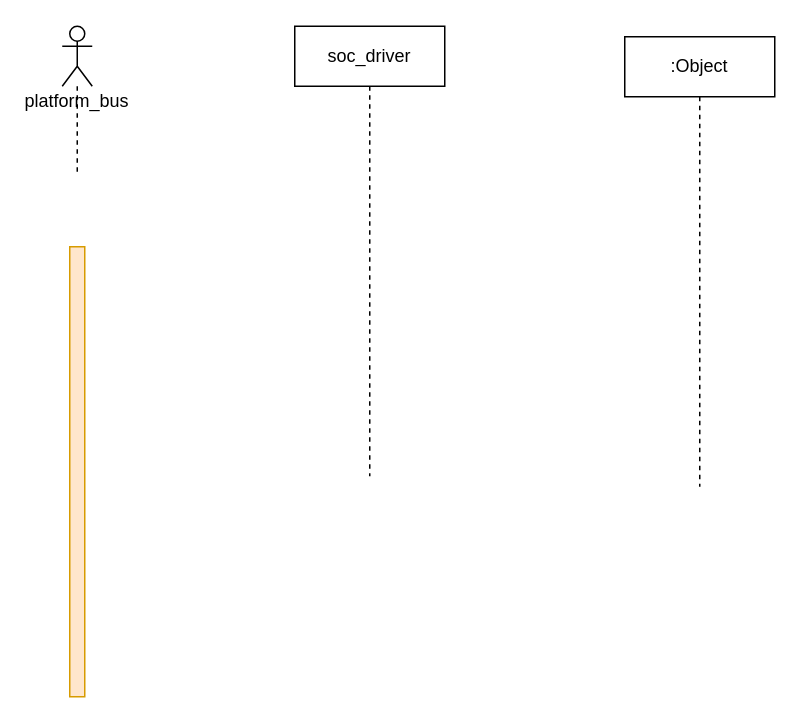
Above: alsa 驱动分析（一）.drawio in Vinson-001/Blog-flow-chart (draw.io), before the change. Source tidied: cells renumbered, new cells numbered last; positions are measured from the earlier drawing's top-left corner, leaving out a move shared by most shapes. Both pictures are drawn from the tidied source at 150%, with x=0, y=0 at pixel (62, 26).
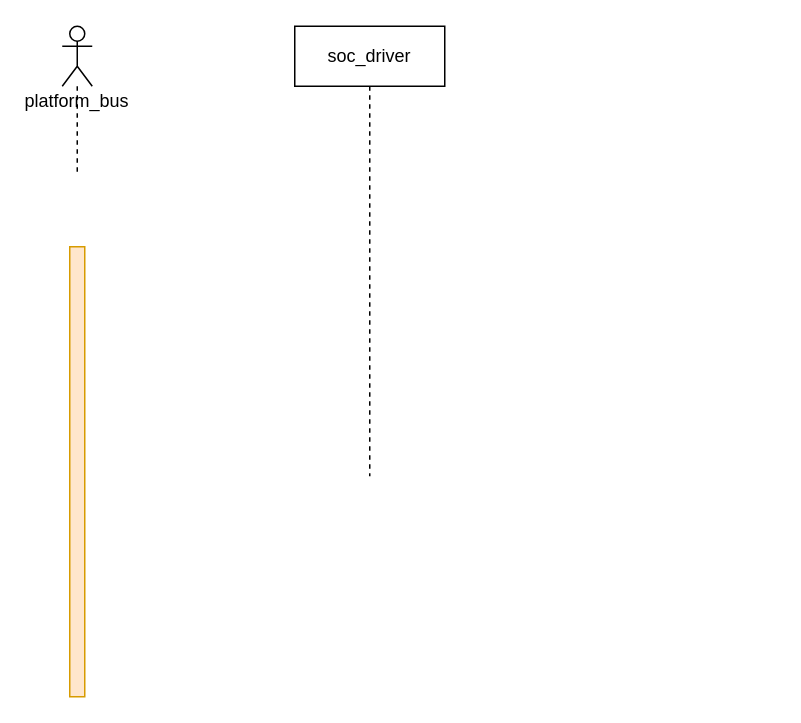
The same diagram, later.

Commit message (it also covers changes not shown here):
更新alsa 驱动分析（一）.drawio

Diff of the diagram source:
```diff
@@
 <mxGraphModel>
   <root>
     <mxCell id="0" />
     <mxCell id="1" parent="0" />
     <mxCell id="2" style="html=1;perimeter=orthogonalPerimeter;fillColor=#ffe6cc;strokeColor=#d79b00;" parent="1" vertex="1">
       <mxGeometry x="5" y="147" width="10" height="300" as="geometry" />
     </mxCell>
     <mxCell id="3" value="platform_bus" style="shape=umlLifeline;participant=umlActor;perimeter=lifelinePerimeter;whiteSpace=wrap;html=1;verticalAlign=top;spacingTop=36;" parent="1" vertex="1">
       <mxGeometry width="20" height="100" as="geometry" />
     </mxCell>
     <mxCell id="4" value="soc_driver" style="shape=umlLifeline;perimeter=lifelinePerimeter;whiteSpace=wrap;html=1;" parent="1" vertex="1">
       <mxGeometry x="155" width="100" height="300" as="geometry" />
     </mxCell>
-    <mxCell id="5" value=":Object" style="shape=umlLifeline;perimeter=lifelinePerimeter;whiteSpace=wrap;html=1;" parent="1" vertex="1">
-      <mxGeometry x="375" y="7" width="100" height="300" as="geometry" />
-    </mxCell>
   </root>
 </mxGraphModel>
```
